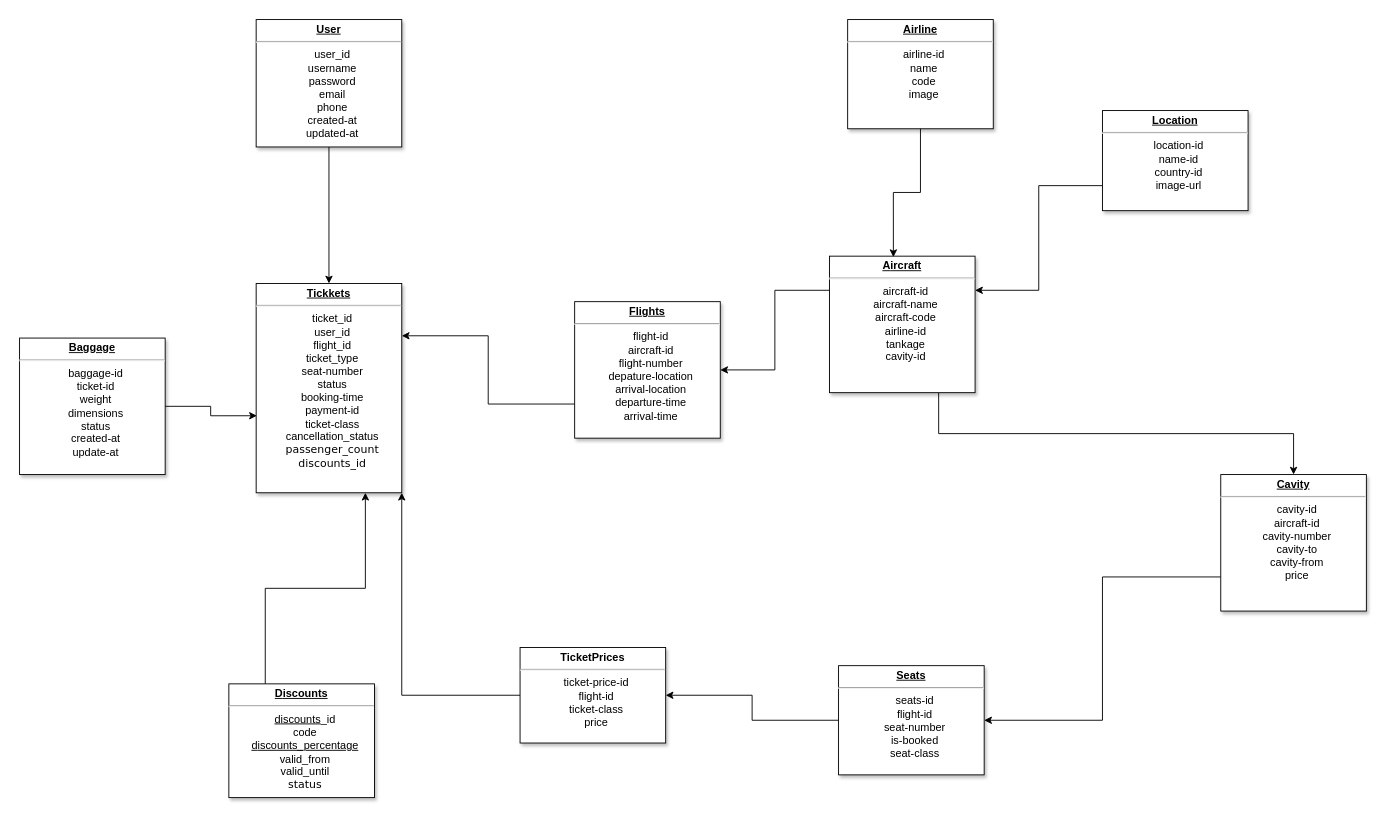
The draw.io diagram page "DataBase" (1 of 4) of Biểu đồ không có tiêu đề.drawio in DungZG/TrackingFlight, before the edit. Source tidied: cells renumbered, new cells numbered last; positions are measured from the earlier drawing's top-left corner, leaving out a move shared by most shapes. Both pictures are drawn from the tidied source at 91%, with x=0, y=0 at pixel (19, 19).
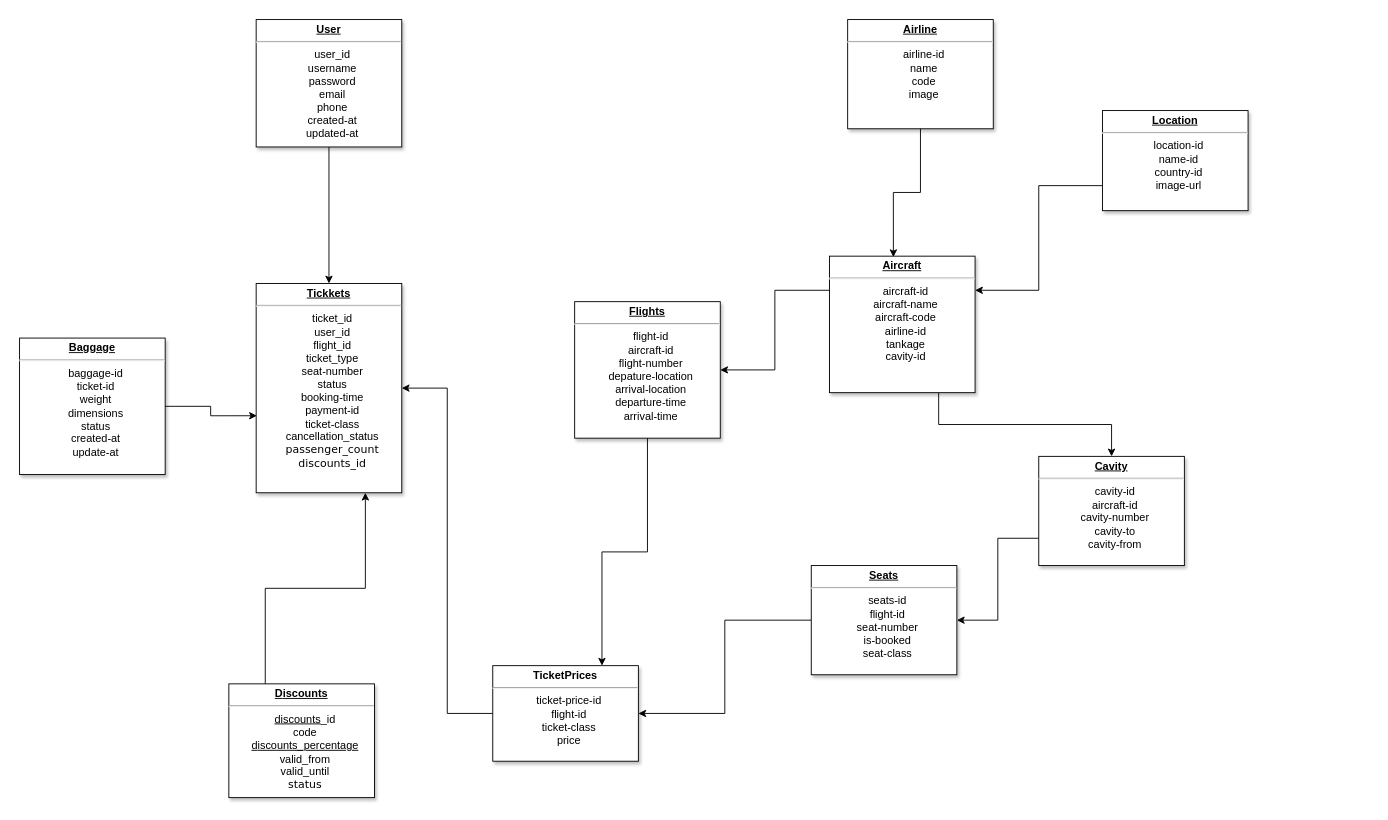
The same diagram, later.

Commit message:
Cập nhật Biểu đồ không có tiêu đề.drawio

Unchanged cells that the change refers to:
```xml
<mxCell id="4" value="&lt;p style=&quot;text-align: center; margin: 4px 0px 0px;&quot;&gt;&lt;b&gt;&lt;u&gt;Tickkets&lt;/u&gt;&lt;/b&gt;&lt;/p&gt;&lt;hr style=&quot;text-align: center;&quot;&gt;&lt;p style=&quot;text-align: center; margin: 0px 0px 0px 8px;&quot;&gt;ticket_id&lt;/p&gt;&lt;p style=&quot;text-align: center; margin: 0px 0px 0px 8px;&quot;&gt;user_id&lt;/p&gt;&lt;p style=&quot;text-align: center; margin: 0px 0px 0px 8px;&quot;&gt;flight_id&lt;/p&gt;&lt;p style=&quot;text-align: center; margin: 0px 0px 0px 8px;&quot;&gt;ticket_type&lt;/p&gt;&lt;p style=&quot;text-align: center; margin: 0px 0px 0px 8px;&quot;&gt;seat-number&lt;/p&gt;&lt;p style=&quot;text-align: center; margin: 0px 0px 0px 8px;&quot;&gt;status&lt;/p&gt;&lt;p style=&quot;text-align: center; margin: 0px 0px 0px 8px;&quot;&gt;booking-time&lt;/p&gt;&lt;p style=&quot;text-align: center; margin: 0px 0px 0px 8px;&quot;&gt;payment-id&lt;/p&gt;&lt;p style=&quot;text-align: center; margin: 0px 0px 0px 8px;&quot;&gt;ticket-class&lt;/p&gt;&lt;p style=&quot;text-align: center; margin: 0px 0px 0px 8px;&quot;&gt;cancellation_status&lt;/p&gt;&lt;p style=&quot;text-align: center; margin: 0px 0px 0px 8px;&quot;&gt;&lt;span style=&quot;font-family: &amp;quot;trebuchet ms&amp;quot;, verdana, arial, sans-serif; text-align: start;&quot;&gt;&lt;font&gt;passenger_count&lt;/font&gt;&lt;/span&gt;&lt;/p&gt;&lt;p style=&quot;text-align: center; margin: 0px 0px 0px 8px;&quot;&gt;&lt;span style=&quot;font-family: &amp;quot;trebuchet ms&amp;quot;, verdana, arial, sans-serif; text-align: start;&quot;&gt;&lt;font&gt;discounts_id&lt;/font&gt;&lt;/span&gt;&lt;/p&gt;" style="verticalAlign=top;align=left;overflow=fill;fontSize=12;fontFamily=Helvetica;html=1;shadow=1;labelBackgroundColor=none;" parent="1" vertex="1">
  <mxGeometry x="260" y="290" width="160" height="230" as="geometry" />
</mxCell>
<mxCell id="19" value="&lt;p style=&quot;text-align: center; margin: 4px 0px 0px;&quot;&gt;&lt;b&gt;&lt;u&gt;Flights&lt;/u&gt;&lt;/b&gt;&lt;/p&gt;&lt;hr style=&quot;text-align: center;&quot;&gt;&lt;p style=&quot;text-align: center; margin: 0px 0px 0px 8px;&quot;&gt;flight-id&lt;/p&gt;&lt;p style=&quot;text-align: center; margin: 0px 0px 0px 8px;&quot;&gt;aircraft-id&lt;/p&gt;&lt;p style=&quot;text-align: center; margin: 0px 0px 0px 8px;&quot;&gt;flight-number&lt;/p&gt;&lt;p style=&quot;text-align: center; margin: 0px 0px 0px 8px;&quot;&gt;depature-location&lt;/p&gt;&lt;p style=&quot;text-align: center; margin: 0px 0px 0px 8px;&quot;&gt;arrival-location&lt;/p&gt;&lt;p style=&quot;text-align: center; margin: 0px 0px 0px 8px;&quot;&gt;departure-time&lt;/p&gt;&lt;p style=&quot;text-align: center; margin: 0px 0px 0px 8px;&quot;&gt;arrival-time&lt;/p&gt;&lt;p style=&quot;text-align: center; margin: 0px 0px 0px 8px;&quot;&gt;&lt;br&gt;&lt;/p&gt;" style="verticalAlign=top;align=left;overflow=fill;fontSize=12;fontFamily=Helvetica;html=1;shadow=1;labelBackgroundColor=none;" parent="1" vertex="1">
  <mxGeometry x="610" y="310" width="160" height="150" as="geometry" />
</mxCell>
```

The edit, as a diff of the source:
```diff
@@
     <mxCell id="10" value="&lt;p style=&quot;text-align: center; margin: 4px 0px 0px;&quot;&gt;&lt;b&gt;&lt;u&gt;Seats&lt;/u&gt;&lt;/b&gt;&lt;/p&gt;&lt;hr style=&quot;text-align: center;&quot;&gt;&lt;p style=&quot;text-align: center; margin: 0px 0px 0px 8px;&quot;&gt;seats-id&lt;/p&gt;&lt;p style=&quot;text-align: center; margin: 0px 0px 0px 8px;&quot;&gt;flight-id&lt;/p&gt;&lt;p style=&quot;text-align: center; margin: 0px 0px 0px 8px;&quot;&gt;seat-number&lt;/p&gt;&lt;p style=&quot;text-align: center; margin: 0px 0px 0px 8px;&quot;&gt;is-booked&lt;/p&gt;&lt;p style=&quot;text-align: center; margin: 0px 0px 0px 8px;&quot;&gt;seat-class&lt;/p&gt;" style="verticalAlign=top;align=left;overflow=fill;fontSize=12;fontFamily=Helvetica;html=1;shadow=1;labelBackgroundColor=none;" parent="1" vertex="1">
-      <mxGeometry x="900" y="710" width="160" height="120" as="geometry" />
+      <mxGeometry x="870" y="600" width="160" height="120" as="geometry" />
     </mxCell>
@@
-    <mxCell id="18" style="edgeStyle=orthogonalEdgeStyle;rounded=0;jettySize=auto;html=1;exitX=0;exitY=0.75;exitDx=0;exitDy=0;entryX=1;entryY=0.25;entryDx=0;entryDy=0;" parent="1" edge="1" source="19" target="4">
-      <mxGeometry relative="1" as="geometry" />
-    </mxCell>
+    <mxCell id="24" style="edgeStyle=orthogonalEdgeStyle;rounded=0;jettySize=auto;html=1;entryX=0.75;entryY=0;entryDx=0;entryDy=0;" parent="1" edge="1" source="19" target="23">
+      <mxGeometry relative="1" as="geometry" />
+    </mxCell>
@@
-    <mxCell id="21" value="&lt;p style=&quot;text-align: center; margin: 4px 0px 0px;&quot;&gt;&lt;b&gt;&lt;u&gt;Cavity&lt;/u&gt;&lt;/b&gt;&lt;/p&gt;&lt;hr style=&quot;text-align: center;&quot;&gt;&lt;p style=&quot;text-align: center; margin: 0px 0px 0px 8px;&quot;&gt;cavity-id&lt;/p&gt;&lt;p style=&quot;text-align: center; margin: 0px 0px 0px 8px;&quot;&gt;aircraft-id&lt;/p&gt;&lt;p style=&quot;text-align: center; margin: 0px 0px 0px 8px;&quot;&gt;cavity-number&lt;/p&gt;&lt;p style=&quot;text-align: center; margin: 0px 0px 0px 8px;&quot;&gt;cavity-to&lt;/p&gt;&lt;p style=&quot;text-align: center; margin: 0px 0px 0px 8px;&quot;&gt;cavity-from&lt;/p&gt;&lt;p style=&quot;text-align: center; margin: 0px 0px 0px 8px;&quot;&gt;price&lt;/p&gt;" style="verticalAlign=top;align=left;overflow=fill;fontSize=12;fontFamily=Helvetica;html=1;shadow=1;labelBackgroundColor=none;" parent="1" vertex="1">
-      <mxGeometry x="1320" y="500" width="160" height="150" as="geometry" />
+    <mxCell id="21" value="&lt;p style=&quot;text-align: center; margin: 4px 0px 0px;&quot;&gt;&lt;b&gt;&lt;u&gt;Cavity&lt;/u&gt;&lt;/b&gt;&lt;/p&gt;&lt;hr style=&quot;text-align: center;&quot;&gt;&lt;p style=&quot;text-align: center; margin: 0px 0px 0px 8px;&quot;&gt;cavity-id&lt;/p&gt;&lt;p style=&quot;text-align: center; margin: 0px 0px 0px 8px;&quot;&gt;aircraft-id&lt;/p&gt;&lt;p style=&quot;text-align: center; margin: 0px 0px 0px 8px;&quot;&gt;cavity-number&lt;/p&gt;&lt;p style=&quot;text-align: center; margin: 0px 0px 0px 8px;&quot;&gt;cavity-to&lt;/p&gt;&lt;p style=&quot;text-align: center; margin: 0px 0px 0px 8px;&quot;&gt;cavity-from&lt;/p&gt;&lt;p style=&quot;text-align: center; margin: 0px 0px 0px 8px;&quot;&gt;&lt;br&gt;&lt;/p&gt;" style="verticalAlign=top;align=left;overflow=fill;fontSize=12;fontFamily=Helvetica;html=1;shadow=1;labelBackgroundColor=none;" parent="1" vertex="1">
+      <mxGeometry x="1120" y="480" width="160" height="120" as="geometry" />
     </mxCell>
-    <mxCell id="22" style="edgeStyle=orthogonalEdgeStyle;rounded=0;jettySize=auto;html=1;entryX=1;entryY=1;entryDx=0;entryDy=0;" parent="1" edge="1" source="23" target="4">
+    <mxCell id="22" style="edgeStyle=orthogonalEdgeStyle;rounded=0;jettySize=auto;html=1;entryX=1;entryY=0.5;entryDx=0;entryDy=0;" parent="1" edge="1" source="23" target="4">
       <mxGeometry relative="1" as="geometry" />
     </mxCell>
     <mxCell id="23" value="&lt;p style=&quot;text-align: center; margin: 4px 0px 0px;&quot;&gt;&lt;b&gt;TicketPrices&lt;/b&gt;&lt;/p&gt;&lt;hr style=&quot;text-align: center;&quot;&gt;&lt;p style=&quot;text-align: center; margin: 0px 0px 0px 8px;&quot;&gt;ticket-price-id&lt;/p&gt;&lt;p style=&quot;text-align: center; margin: 0px 0px 0px 8px;&quot;&gt;flight-id&lt;/p&gt;&lt;p style=&quot;text-align: center; margin: 0px 0px 0px 8px;&quot;&gt;ticket-class&lt;/p&gt;&lt;p style=&quot;text-align: center; margin: 0px 0px 0px 8px;&quot;&gt;price&lt;/p&gt;" style="verticalAlign=top;align=left;overflow=fill;fontSize=12;fontFamily=Helvetica;html=1;shadow=1;labelBackgroundColor=none;" parent="1" vertex="1">
-      <mxGeometry x="550" y="690" width="160" height="105" as="geometry" />
+      <mxGeometry x="520" y="710" width="160" height="105" as="geometry" />
     </mxCell>
```
